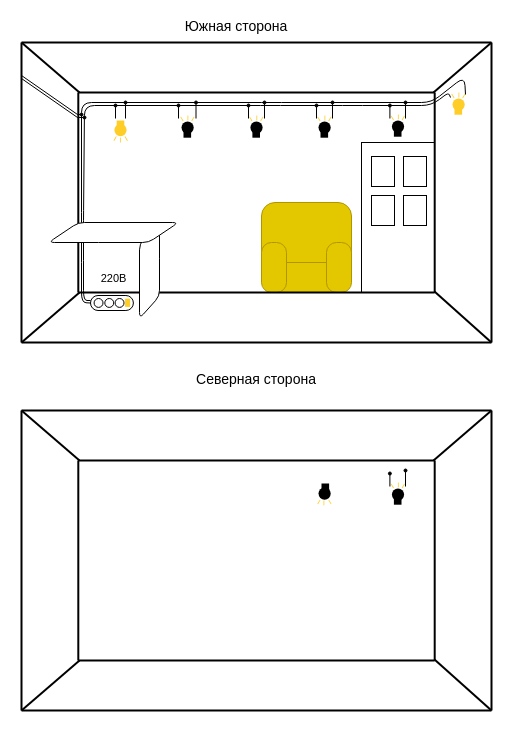
This is 01 Идеи проектов/Целевые проекты/Параллельное RGB освещение/Карта проекта.drawio from Pilgore-pi/Open-proger-notes, a draw.io file, before an edit. Source tidied: cells renumbered, new cells numbered last; positions are measured from the earlier drawing's top-left corner, leaving out a move shared by most shapes. Both pictures are drawn from the tidied source at 100%, with x=0, y=0 at pixel (21, 17).
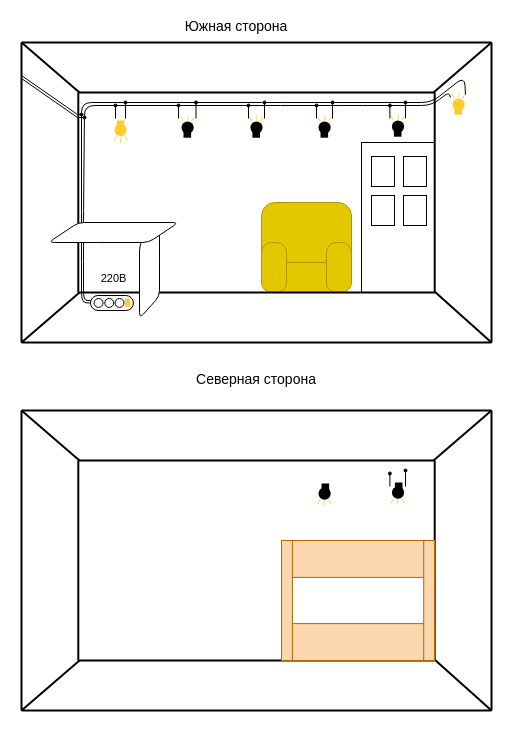
After the change.

Commit message:
obsidian auto commit: 16-11-2025 16:04

Unchanged cells that the change refers to:
```xml
<mxCell id="96" style="group;" parent="1" vertex="1">
  <mxGeometry y="393" width="470" height="300" as="geometry" />
</mxCell>
```

What changed in the source:
```diff
@@
-    <mxCell id="107" style="group;rotation=-180;" parent="96" vertex="1">
+    <mxCell id="107" style="group;rotation=0;" parent="96" vertex="1">
       <mxGeometry x="369.4" y="72" width="14.3" height="22" as="geometry" />
     </mxCell>
-    <mxCell id="108" style="rounded=0;whiteSpace=wrap;html=1;fillColor=light-dark(#FFCD28, #fff600);gradientColor=none;strokeColor=none;rotation=-180;" parent="107" vertex="1">
-      <mxGeometry x="7" width="0.8" height="4.9" as="geometry" />
+    <mxCell id="108" style="rounded=0;whiteSpace=wrap;html=1;fillColor=light-dark(#FFCD28, #fff600);gradientColor=none;strokeColor=none;rotation=0;" parent="107" vertex="1">
+      <mxGeometry x="6" y="17" width="0.8" height="4.9" as="geometry" />
     </mxCell>
-    <mxCell id="109" style="rounded=0;whiteSpace=wrap;html=1;fillColor=light-dark(#FFCD28, #fff600);gradientColor=none;strokeColor=none;rotation=-210;" parent="107" vertex="1">
-      <mxGeometry x="1" y="1" width="0.8" height="4.9" as="geometry" />
+    <mxCell id="109" style="rounded=0;whiteSpace=wrap;html=1;fillColor=light-dark(#FFCD28, #fff600);gradientColor=none;strokeColor=none;rotation=-30;" parent="107" vertex="1">
+      <mxGeometry x="12" y="16" width="0.8" height="4.9" as="geometry" />
     </mxCell>
-    <mxCell id="110" style="rounded=0;whiteSpace=wrap;html=1;fillColor=light-dark(#FFCD28, #fff600);gradientColor=none;strokeColor=none;rotation=-150;" parent="107" vertex="1">
-      <mxGeometry x="12" y="1" width="0.8" height="4.9" as="geometry" />
+    <mxCell id="110" style="rounded=0;whiteSpace=wrap;html=1;fillColor=light-dark(#FFCD28, #fff600);gradientColor=none;strokeColor=none;rotation=30;" parent="107" vertex="1">
+      <mxGeometry x="1" y="16" width="0.8" height="4.9" as="geometry" />
     </mxCell>
-    <mxCell id="111" style="rounded=0;whiteSpace=wrap;html=1;fillColor=light-dark(#000000,#0100FF);gradientColor=none;strokeColor=none;rotation=-180;gradientDirection=north;" parent="107" vertex="1">
-      <mxGeometry x="3" y="13" width="7.6" height="9.2" as="geometry" />
+    <mxCell id="111" style="rounded=0;whiteSpace=wrap;html=1;fillColor=light-dark(#000000,#0100FF);gradientColor=none;strokeColor=none;rotation=0;gradientDirection=north;" parent="107" vertex="1">
+      <mxGeometry x="4" width="7.6" height="9.2" as="geometry" />
     </mxCell>
-    <mxCell id="112" style="ellipse;whiteSpace=wrap;html=1;fillColor=light-dark(#FFCD28,#FF0000);gradientColor=light-dark(#000000,#1C00FF);strokeColor=none;rotation=-180;gradientDirection=north;" parent="107" vertex="1">
-      <mxGeometry x="1" y="6" width="12.2" height="12.2" as="geometry" />
+    <mxCell id="112" style="ellipse;whiteSpace=wrap;html=1;fillColor=light-dark(#FFCD28,#FF0000);gradientColor=light-dark(#000000,#1C00FF);strokeColor=none;rotation=0;gradientDirection=north;" parent="107" vertex="1">
+      <mxGeometry x="1" y="4" width="12.2" height="12.2" as="geometry" />
     </mxCell>
@@
+    <mxCell id="123" style="group;" parent="1" vertex="1">
+      <mxGeometry x="260" y="523" width="153.2" height="120" as="geometry" />
+    </mxCell>
+    <mxCell id="124" style="rounded=0;whiteSpace=wrap;html=1;fillColor=#fad7ac;strokeColor=#b46504;" parent="123" vertex="1">
+      <mxGeometry width="153.2" height="36.9" as="geometry" />
+    </mxCell>
+    <mxCell id="125" style="rounded=0;whiteSpace=wrap;html=1;fillColor=#fad7ac;strokeColor=#b46504;" parent="123" vertex="1">
+      <mxGeometry y="83.1" width="153.2" height="36.9" as="geometry" />
+    </mxCell>
+    <mxCell id="126" style="rounded=0;whiteSpace=wrap;html=1;fillColor=#fad7ac;strokeColor=#b46504;" parent="123" vertex="1">
+      <mxGeometry width="10.9" height="120" as="geometry" />
+    </mxCell>
+    <mxCell id="127" style="rounded=0;whiteSpace=wrap;html=1;fillColor=#fad7ac;strokeColor=#b46504;" parent="123" vertex="1">
+      <mxGeometry x="142.2" width="10.9" height="120" as="geometry" />
+    </mxCell>
```
